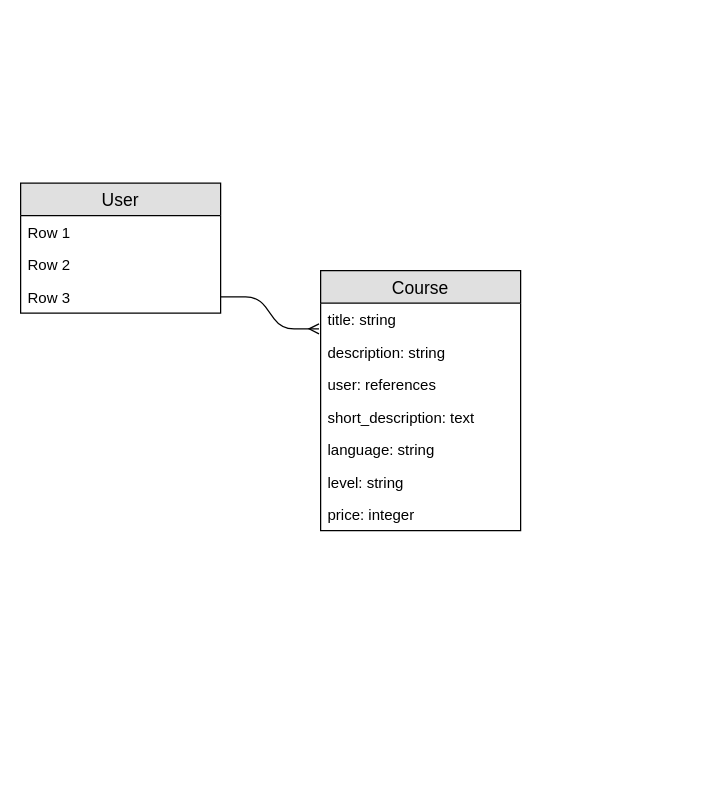
Above: ruby_udemy_course.drawio in issarakoat/learn_ruby_udemy (draw.io), before the change. Source tidied: cells renumbered, new cells numbered last; positions are measured from the earlier drawing's top-left corner, leaving out a move shared by most shapes. Both pictures are drawn from the tidied source at 125%, with x=0, y=0 at pixel (20, 182).
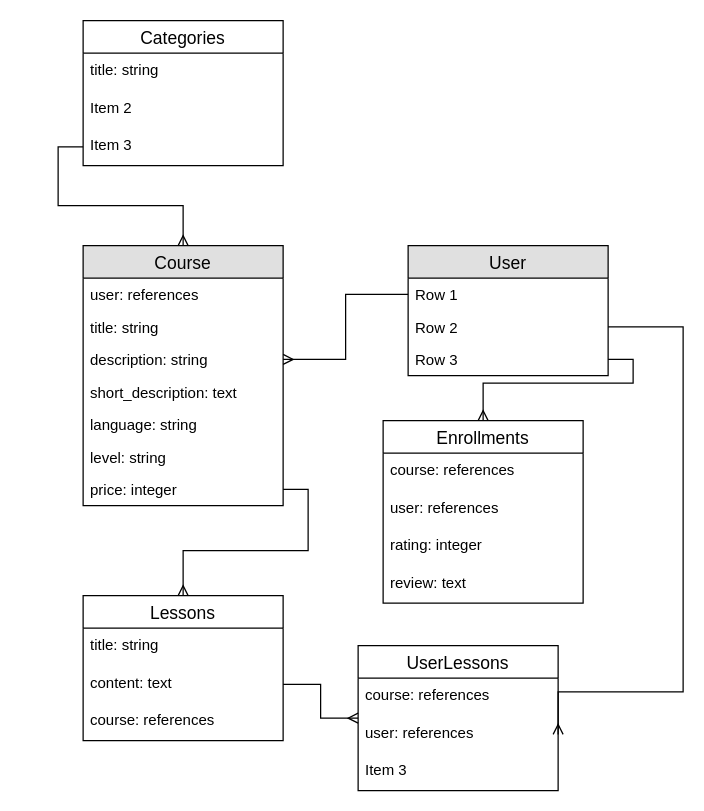
Above is the later version.

The change refers to these unchanged cells:
```xml
<mxCell id="4" value="Row 1" style="text;strokeColor=none;fillColor=none;spacingLeft=4;spacingRight=4;overflow=hidden;points=[[0,0.5],[1,0.5]];portConstraint=eastwest;fontSize=12;" parent="3" vertex="1">
  <mxGeometry y="26" width="160" height="26" as="geometry" />
</mxCell>
<mxCell id="5" value="Row 2" style="text;strokeColor=none;fillColor=none;spacingLeft=4;spacingRight=4;overflow=hidden;points=[[0,0.5],[1,0.5]];portConstraint=eastwest;fontSize=12;" parent="3" vertex="1">
  <mxGeometry y="52" width="160" height="26" as="geometry" />
</mxCell>
<mxCell id="6" value="Row 3" style="text;strokeColor=none;fillColor=none;spacingLeft=4;spacingRight=4;overflow=hidden;points=[[0,0.5],[1,0.5]];portConstraint=eastwest;fontSize=12;" parent="3" vertex="1">
  <mxGeometry y="78" width="160" height="26" as="geometry" />
</mxCell>
<mxCell id="14" value="price: integer" style="text;strokeColor=none;fillColor=none;spacingLeft=4;spacingRight=4;overflow=hidden;points=[[0,0.5],[1,0.5]];portConstraint=eastwest;fontSize=12;" parent="7" vertex="1">
  <mxGeometry y="182" width="160" height="26" as="geometry" />
</mxCell>
```

Change to the diagram source:
```diff
@@
-    <mxCell id="2" style="edgeStyle=entityRelationEdgeStyle;fontSize=12;html=1;endArrow=ERmany;entryX=-0.008;entryY=0.792;entryDx=0;entryDy=0;entryPerimeter=0;exitX=1;exitY=0.5;exitDx=0;exitDy=0;" parent="1" edge="1" source="6" target="8">
-      <mxGeometry relative="1" as="geometry" />
-    </mxCell>
     <mxCell id="3" value="User" style="swimlane;fontStyle=0;horizontal=1;startSize=26;fillColor=#e0e0e0;swimlaneFillColor=#ffffff;align=center;fontSize=14;" parent="1" vertex="1">
-      <mxGeometry width="160" height="104" as="geometry" />
+      <mxGeometry x="310" y="50" width="160" height="104" as="geometry" />
     </mxCell>
@@
     <mxCell id="7" value="Course" style="swimlane;fontStyle=0;horizontal=1;startSize=26;fillColor=#e0e0e0;swimlaneFillColor=#ffffff;align=center;fontSize=14;" parent="1" vertex="1">
-      <mxGeometry x="240" y="70" width="160" height="208" as="geometry" />
+      <mxGeometry x="50" y="50" width="160" height="208" as="geometry" />
     </mxCell>
+    <mxCell id="10" value="user: references" style="text;strokeColor=none;fillColor=none;spacingLeft=4;spacingRight=4;overflow=hidden;fontSize=12;" parent="7" vertex="1">
+      <mxGeometry y="26" width="160" height="26" as="geometry" />
+    </mxCell>
     <mxCell id="8" value="title: string" style="text;strokeColor=none;fillColor=none;spacingLeft=4;spacingRight=4;overflow=hidden;points=[[0,0.5],[1,0.5]];portConstraint=eastwest;fontSize=12;" parent="7" vertex="1">
-      <mxGeometry y="26" width="160" height="26" as="geometry" />
+      <mxGeometry y="52" width="160" height="26" as="geometry" />
     </mxCell>
     <mxCell id="9" value="description: string" style="text;strokeColor=none;fillColor=none;spacingLeft=4;spacingRight=4;overflow=hidden;points=[[0,0.5],[1,0.5]];portConstraint=eastwest;fontSize=12;" parent="7" vertex="1">
-      <mxGeometry y="52" width="160" height="26" as="geometry" />
+      <mxGeometry y="78" width="160" height="26" as="geometry" />
     </mxCell>
-    <mxCell id="10" value="user: references" style="text;strokeColor=none;fillColor=none;spacingLeft=4;spacingRight=4;overflow=hidden;fontSize=12;" parent="7" vertex="1">
-      <mxGeometry y="78" width="160" height="26" as="geometry" />
-    </mxCell>
@@
+    <mxCell id="15" style="edgeStyle=orthogonalEdgeStyle;rounded=0;jettySize=auto;html=1;exitX=0;exitY=0.5;exitDx=0;exitDy=0;entryX=1;entryY=0.5;entryDx=0;entryDy=0;endArrow=ERmany;endFill=0;" parent="1" edge="1" source="4" target="9">
+      <mxGeometry relative="1" as="geometry" />
+    </mxCell>
+    <mxCell id="16" value="Categories" style="swimlane;fontStyle=0;horizontal=1;startSize=26;align=center;fontSize=14;" parent="1" vertex="1">
+      <mxGeometry x="50" y="-130" width="160" height="116" as="geometry" />
+    </mxCell>
+    <mxCell id="17" value="title: string" style="text;strokeColor=none;fillColor=none;spacingLeft=4;spacingRight=4;overflow=hidden;fontSize=12;" parent="16" vertex="1">
+      <mxGeometry y="26" width="160" height="30" as="geometry" />
+    </mxCell>
+    <mxCell id="18" value="Item 2" style="text;strokeColor=none;fillColor=none;spacingLeft=4;spacingRight=4;overflow=hidden;fontSize=12;" parent="16" vertex="1">
+      <mxGeometry y="56" width="160" height="30" as="geometry" />
+    </mxCell>
+    <mxCell id="19" value="Item 3" style="text;strokeColor=none;fillColor=none;spacingLeft=4;spacingRight=4;overflow=hidden;points=[[0,0.5],[1,0.5]];portConstraint=eastwest;fontSize=12;" parent="16" vertex="1">
+      <mxGeometry y="86" width="160" height="30" as="geometry" />
+    </mxCell>
+    <mxCell id="20" style="edgeStyle=orthogonalEdgeStyle;rounded=0;jettySize=auto;html=1;exitX=0;exitY=0.5;exitDx=0;exitDy=0;entryX=0.5;entryY=0;entryDx=0;entryDy=0;endArrow=ERmany;endFill=0;" parent="1" edge="1" source="19" target="7">
+      <mxGeometry relative="1" as="geometry" />
+    </mxCell>
+    <mxCell id="21" value="Lessons" style="swimlane;fontStyle=0;horizontal=1;startSize=26;align=center;fontSize=14;" parent="1" vertex="1">
+      <mxGeometry x="50" y="330" width="160" height="116" as="geometry" />
+    </mxCell>
+    <mxCell id="22" value="title: string" style="text;strokeColor=none;fillColor=none;spacingLeft=4;spacingRight=4;overflow=hidden;fontSize=12;" parent="21" vertex="1">
+      <mxGeometry y="26" width="160" height="30" as="geometry" />
+    </mxCell>
+    <mxCell id="23" value="content: text&#10;" style="text;strokeColor=none;fillColor=none;spacingLeft=4;spacingRight=4;overflow=hidden;points=[[0,0.5],[1,0.5]];portConstraint=eastwest;fontSize=12;" parent="21" vertex="1">
+      <mxGeometry y="56" width="160" height="30" as="geometry" />
+    </mxCell>
+    <mxCell id="24" value="course: references" style="text;strokeColor=none;fillColor=none;spacingLeft=4;spacingRight=4;overflow=hidden;fontSize=12;" parent="21" vertex="1">
+      <mxGeometry y="86" width="160" height="30" as="geometry" />
+    </mxCell>
+    <mxCell id="25" style="edgeStyle=orthogonalEdgeStyle;rounded=0;jettySize=auto;html=1;exitX=1;exitY=0.5;exitDx=0;exitDy=0;entryX=0.5;entryY=0;entryDx=0;entryDy=0;endArrow=ERmany;endFill=0;" parent="1" edge="1" source="14" target="21">
+      <mxGeometry relative="1" as="geometry" />
+    </mxCell>
+    <mxCell id="26" value="UserLessons" style="swimlane;fontStyle=0;horizontal=1;startSize=26;align=center;fontSize=14;" parent="1" vertex="1">
+      <mxGeometry x="270" y="370" width="160" height="116" as="geometry" />
+    </mxCell>
+    <mxCell id="27" value="course: references" style="text;strokeColor=none;fillColor=none;spacingLeft=4;spacingRight=4;overflow=hidden;fontSize=12;" parent="26" vertex="1">
+      <mxGeometry y="26" width="160" height="30" as="geometry" />
+    </mxCell>
+    <mxCell id="28" value="user: references" style="text;strokeColor=none;fillColor=none;spacingLeft=4;spacingRight=4;overflow=hidden;points=[[0,0.5],[1,0.5]];portConstraint=eastwest;fontSize=12;" parent="26" vertex="1">
+      <mxGeometry y="56" width="160" height="30" as="geometry" />
+    </mxCell>
+    <mxCell id="29" value="Item 3" style="text;strokeColor=none;fillColor=none;spacingLeft=4;spacingRight=4;overflow=hidden;fontSize=12;" parent="26" vertex="1">
+      <mxGeometry y="86" width="160" height="30" as="geometry" />
+    </mxCell>
+    <mxCell id="30" style="edgeStyle=orthogonalEdgeStyle;rounded=0;jettySize=auto;html=1;exitX=1;exitY=0.5;exitDx=0;exitDy=0;entryX=0;entryY=0.5;entryDx=0;entryDy=0;endArrow=ERmany;endFill=0;" parent="1" edge="1" source="23" target="26">
+      <mxGeometry relative="1" as="geometry" />
+    </mxCell>
+    <mxCell id="31" style="edgeStyle=orthogonalEdgeStyle;rounded=0;jettySize=auto;html=1;exitX=1;exitY=0.5;exitDx=0;exitDy=0;entryX=1;entryY=0.5;entryDx=0;entryDy=0;endArrow=ERmany;endFill=0;" parent="1" edge="1" source="5" target="28">
+      <mxGeometry relative="1" as="geometry">
+        <Array as="points">
+          <mxPoint x="530" y="115" />
+          <mxPoint x="530" y="407" />
+        </Array>
+      </mxGeometry>
+    </mxCell>
+    <mxCell id="32" value="Enrollments" style="swimlane;fontStyle=0;horizontal=1;startSize=26;align=center;fontSize=14;" parent="1" vertex="1">
+      <mxGeometry x="290" y="190" width="160" height="146" as="geometry" />
+    </mxCell>
+    <mxCell id="33" value="course: references" style="text;strokeColor=none;fillColor=none;spacingLeft=4;spacingRight=4;overflow=hidden;fontSize=12;" parent="32" vertex="1">
+      <mxGeometry y="26" width="160" height="30" as="geometry" />
+    </mxCell>
+    <mxCell id="34" value="user: references" style="text;strokeColor=none;fillColor=none;spacingLeft=4;spacingRight=4;overflow=hidden;fontSize=12;" parent="32" vertex="1">
+      <mxGeometry y="56" width="160" height="30" as="geometry" />
+    </mxCell>
+    <mxCell id="35" value="rating: integer" style="text;strokeColor=none;fillColor=none;spacingLeft=4;spacingRight=4;overflow=hidden;fontSize=12;" parent="32" vertex="1">
+      <mxGeometry y="86" width="160" height="30" as="geometry" />
+    </mxCell>
+    <mxCell id="36" value="review: text" style="text;strokeColor=none;fillColor=none;spacingLeft=4;spacingRight=4;overflow=hidden;fontSize=12;" parent="32" vertex="1">
+      <mxGeometry y="116" width="160" height="30" as="geometry" />
+    </mxCell>
+    <mxCell id="37" style="edgeStyle=orthogonalEdgeStyle;rounded=0;jettySize=auto;html=1;exitX=1;exitY=0.5;exitDx=0;exitDy=0;entryX=0.5;entryY=0;entryDx=0;entryDy=0;endArrow=ERmany;endFill=0;" parent="1" edge="1" source="6" target="32">
+      <mxGeometry relative="1" as="geometry">
+        <Array as="points">
+          <mxPoint x="490" y="141" />
+          <mxPoint x="490" y="160" />
+          <mxPoint x="370" y="160" />
+        </Array>
+      </mxGeometry>
+    </mxCell>
```
